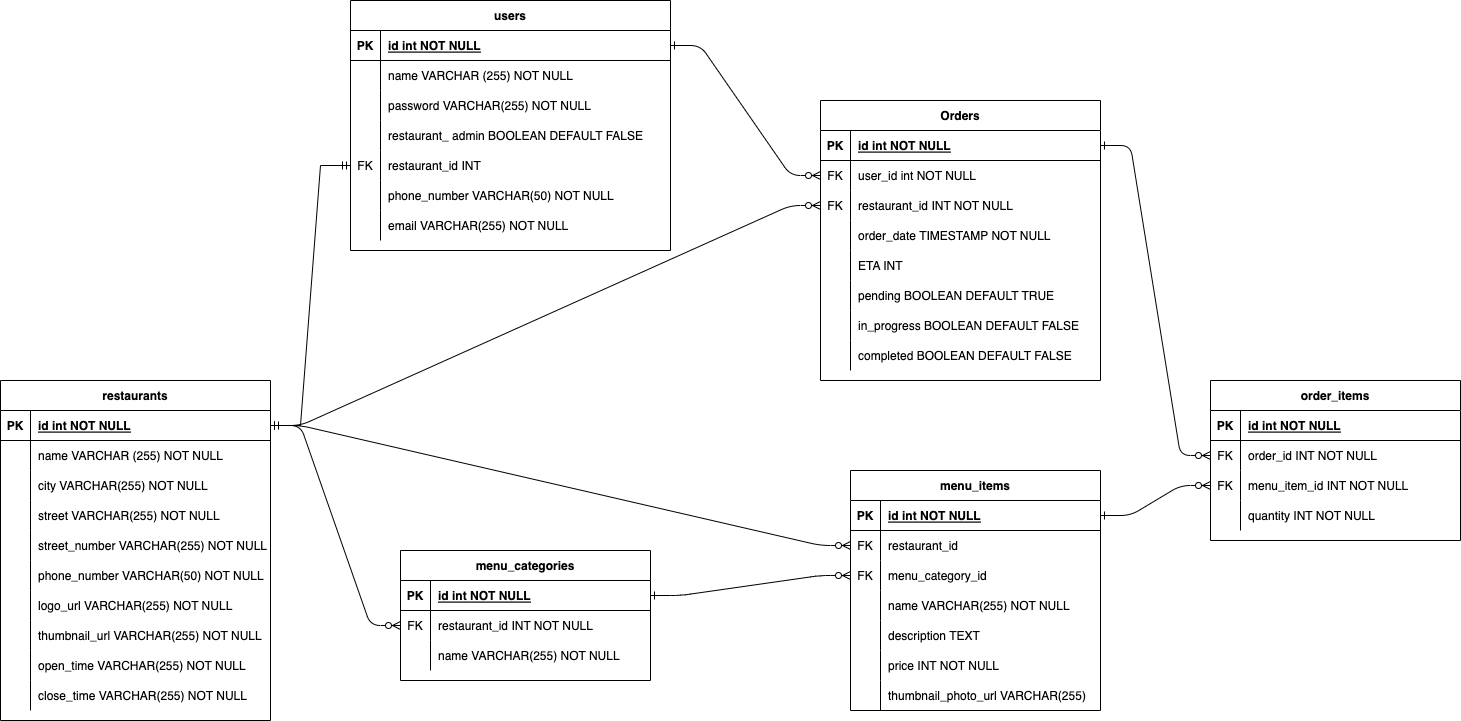
The draw.io diagram planning/ERD-OmniEats.png in ascotlan/food-ordering-app, before a commit. Source tidied: cells renumbered, new cells last; positions are measured from the earlier drawing's top-left corner, leaving out a move shared by most shapes.
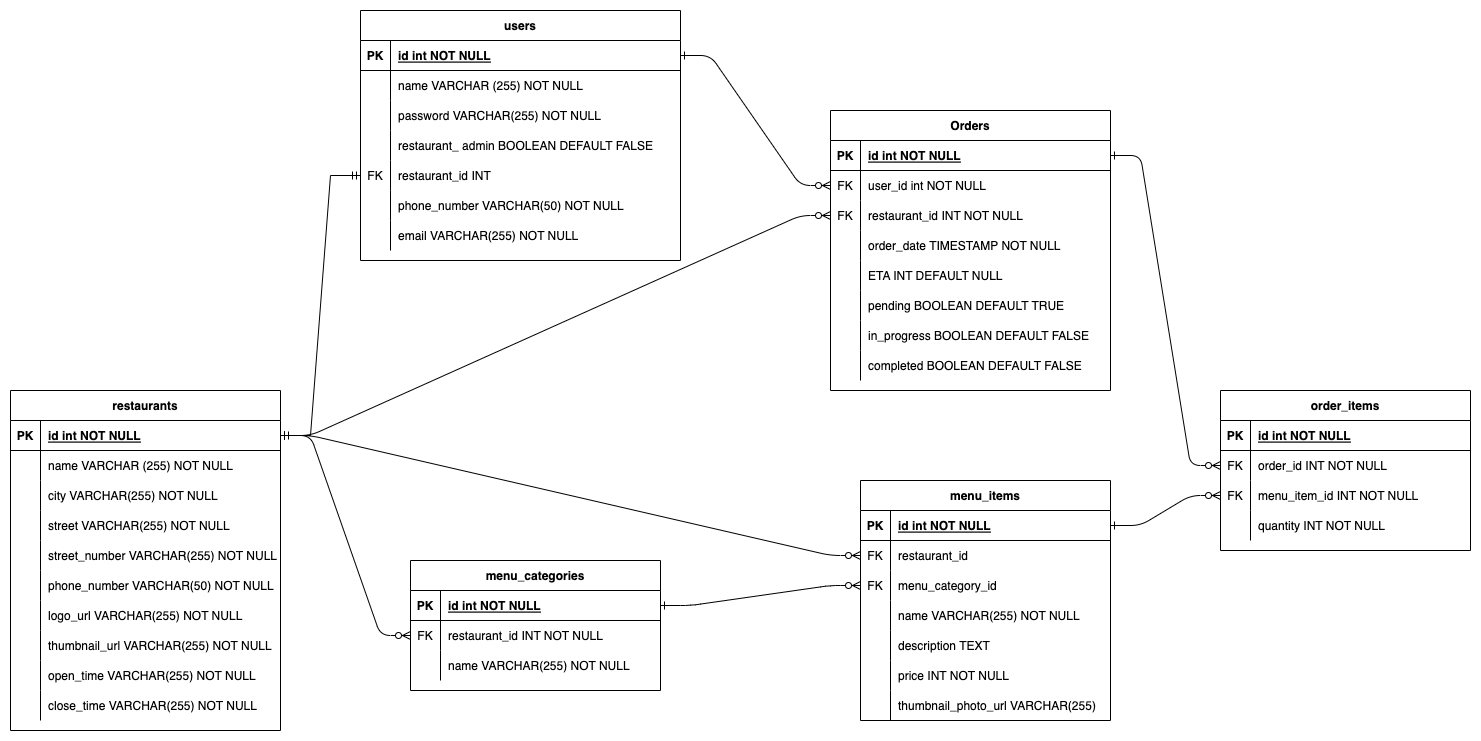
After the change.

Commit message:
UPD ERD: ETA default null

Change to the diagram source:
```diff
@@ -50,7 +50,7 @@
     <mxCell id="17" style="shape=partialRectangle;overflow=hidden;fillColor=none;top=0;left=0;bottom=0;right=0;" parent="16" vertex="1">
       <mxGeometry width="30" height="30" as="geometry" />
     </mxCell>
-    <mxCell id="18" value="ETA INT" style="shape=partialRectangle;overflow=hidden;fillColor=none;top=0;left=0;bottom=0;right=0;align=left;spacingLeft=6;" parent="16" vertex="1">
+    <mxCell id="18" value="ETA INT DEFAULT NULL" style="shape=partialRectangle;overflow=hidden;fillColor=none;top=0;left=0;bottom=0;right=0;align=left;spacingLeft=6;" parent="16" vertex="1">
       <mxGeometry x="30" width="250" height="30" as="geometry" />
     </mxCell>
     <mxCell id="19" style="shape=partialRectangle;fillColor=none;top=0;left=0;right=0;bottom=0;" parent="3" vertex="1">
```
